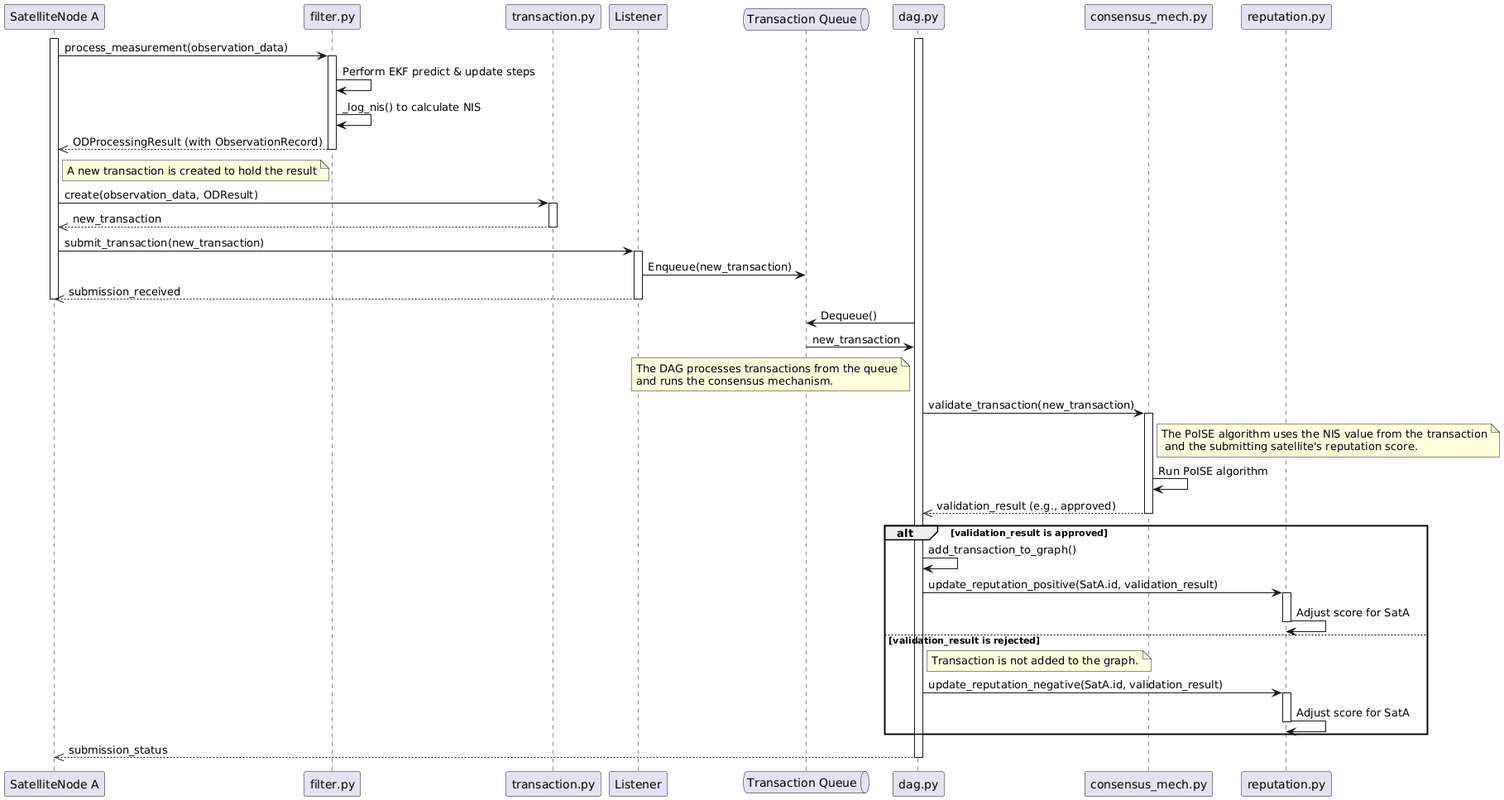
Before: images/system_sequence_diagram.png, a diagram exported from PlantUML (bprobert97/accord).
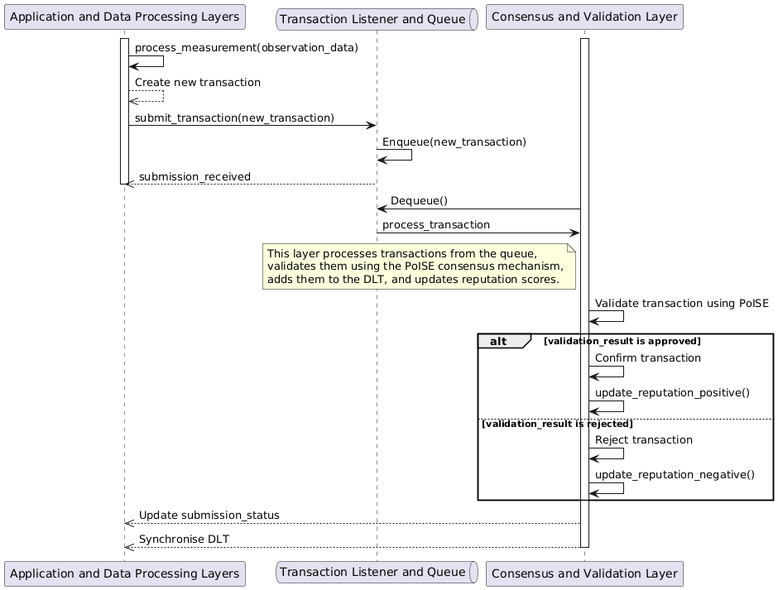
Later version of the same file.

Change to the diagram source:
```diff
@@ -1,67 +1,36 @@
 @startuml
-participant "SatelliteNode A" as SatA
-participant "filter.py" as Filter
-participant "transaction.py" as Tx
-participant "Listener" as Listener
-queue "Transaction Queue" as Queue
-participant "dag.py" as DAG
-participant "consensus_mech.py" as Consensus
-participant "reputation.py" as Rep
+participant "Application and Data Processing Layers" as ADPL
+queue "Transaction Listener and Queue" as Queue
+participant "Consensus and Validation Layer" as DLT
 
-activate DAG
-activate SatA
+activate DLT
+activate ADPL
 
-SatA -> Filter: process_measurement(observation_data)
-activate Filter
-Filter -> Filter: Perform EKF predict & update steps
-Filter -> Filter: _log_nis() to calculate NIS
-Filter -->> SatA: ODProcessingResult (with ObservationRecord)
-deactivate Filter
+ADPL-> ADPL: process_measurement(observation_data)
 
-note right of SatA: A new transaction is created to hold the result
+ADPL-->> ADPL: Create new transaction
 
-SatA -> Tx: create(observation_data, ODResult)
-activate Tx
-Tx -->> SatA: new_transaction
-deactivate Tx
+ADPL-> Queue: submit_transaction(new_transaction)
+Queue-> Queue: Enqueue(new_transaction)
+Queue-->> ADPL: submission_received
+deactivate ADPL
 
-SatA -> Listener: submit_transaction(new_transaction)
-activate Listener
-Listener -> Queue: Enqueue(new_transaction)
-Listener -->> SatA: submission_received
-deactivate Listener
-deactivate SatA
+DLT -> Queue: Dequeue()
+Queue -> DLT: process_transaction
 
-DAG -> Queue: Dequeue()
-Queue -> DAG: new_transaction
+note left of DLT: This layer processes transactions from the queue,\nvalidates them using the PoISE consensus mechanism,\nadds them to the DLT, and updates reputation scores.
 
-note left of DAG: The DAG processes transactions from the queue\nand runs the consensus mechanism.
-
-DAG -> Consensus: validate_transaction(new_transaction)
-activate Consensus
-
-
-note right of Consensus: The PoISE algorithm uses the NIS value from the transaction\n and the submitting satellite's reputation score.
-Consensus -> Consensus: Run PoISE algorithm
-Consensus -->> DAG: validation_result (e.g., approved)
-deactivate Consensus
+DLT -> DLT: Validate transaction using PoISE
 
 alt validation_result is approved
-    DAG -> DAG: add_transaction_to_graph()
-
-    DAG -> Rep: update_reputation_positive(SatA.id, validation_result)
-    activate Rep
-    Rep -> Rep: Adjust score for SatA
-    deactivate Rep
+    DLT -> DLT: Confirm transaction
+    DLT -> DLT: update_reputation_positive()
 else validation_result is rejected
-    note right of DAG: Transaction is not added to the graph.
-
-    DAG -> Rep: update_reputation_negative(SatA.id, validation_result)
-    activate Rep
-    Rep -> Rep: Adjust score for SatA
-    deactivate Rep
+    DLT -> DLT: Reject transaction
+    DLT -> DLT: update_reputation_negative()
 end
 
-DAG -->> SatA: submission_status
-deactivate DAG
+DLT -->> ADPL: Update submission_status
+DLT -->> ADPL: Synchronise DLT
+deactivate DLT
 @enduml
```
